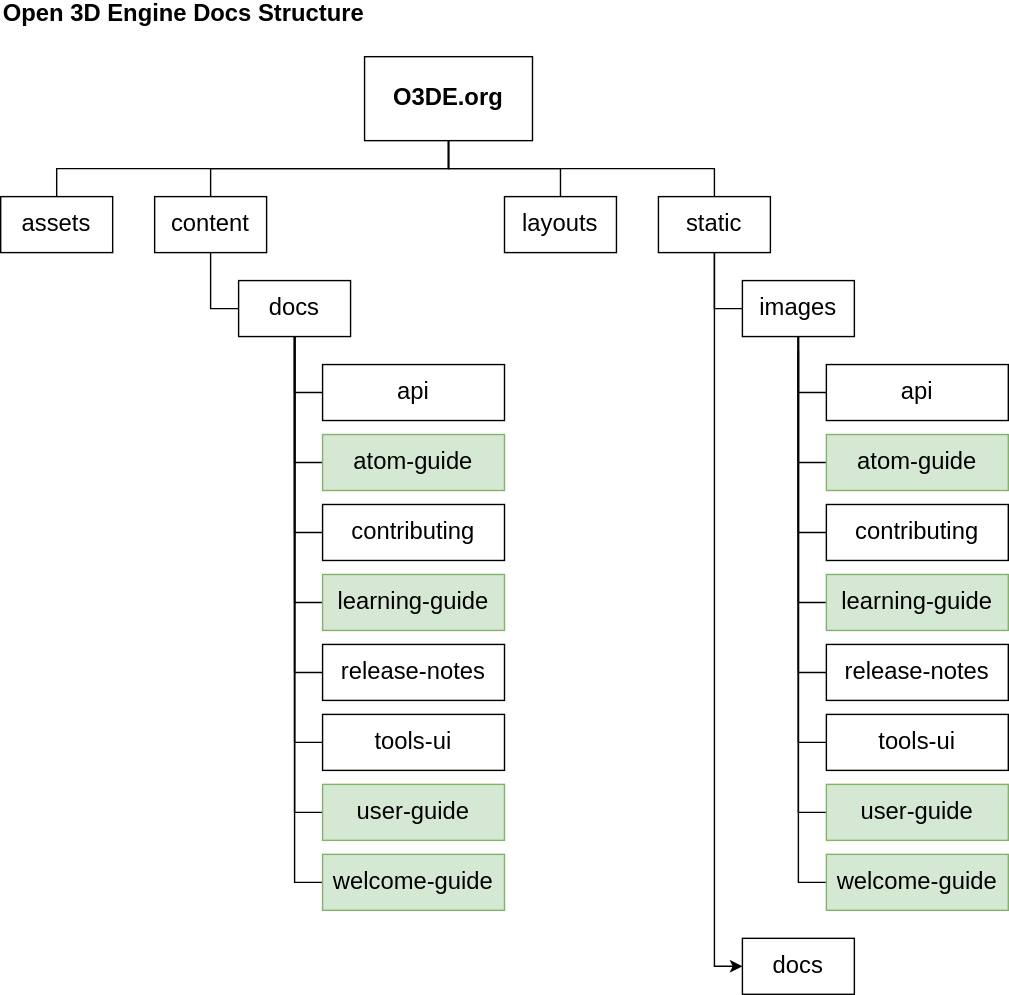
Earlier version of the draw.io export static/images/contributing/to-docs/o3de-directory-structure.svg (o3de/o3de.org). Source tidied: cells renumbered, new cells last; positions are measured from the earlier drawing's top-left corner, leaving out a move shared by most shapes.
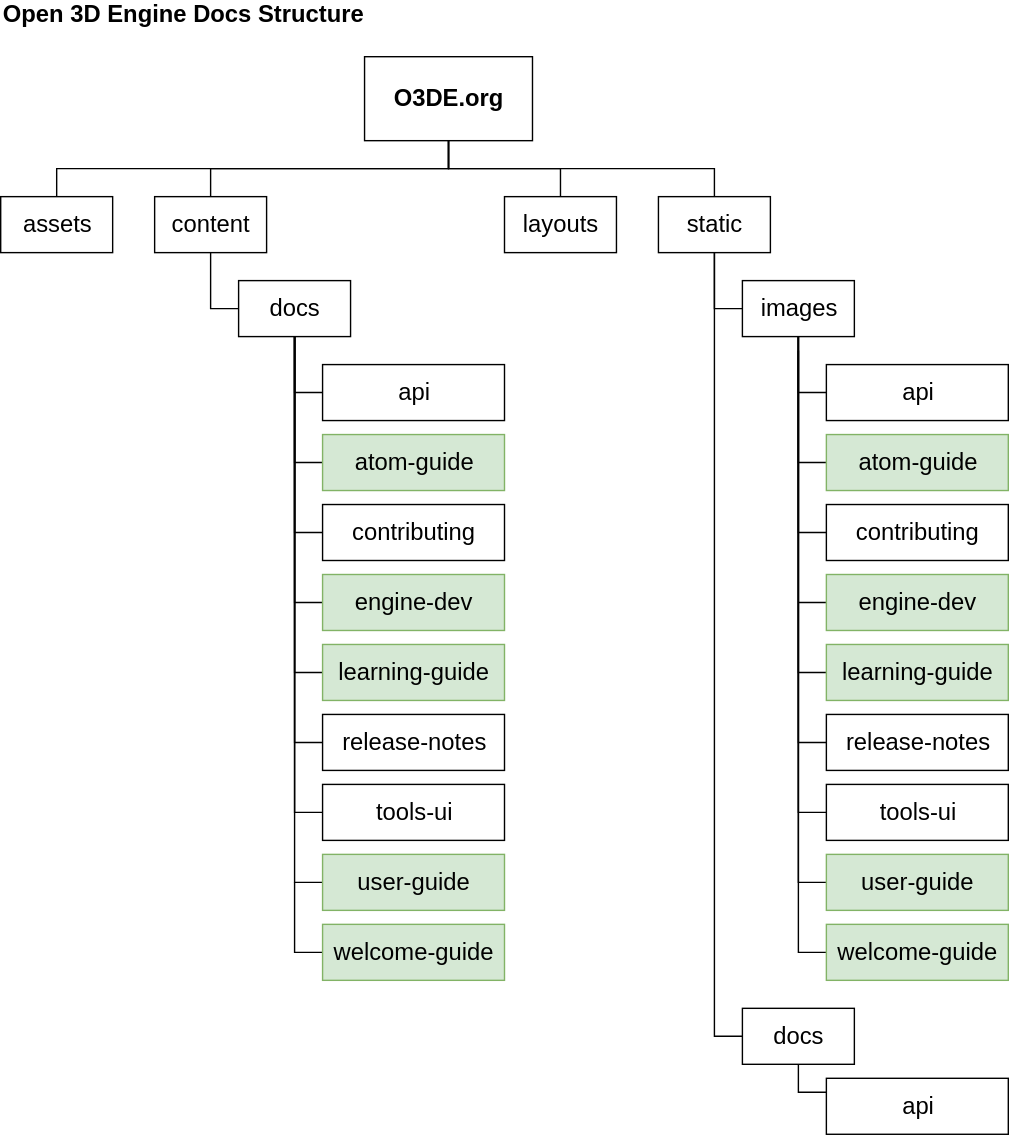
Later version of the same file.

Commit message:
Add Engine Developer Guide info to O3DE Docs Structure topic (#2276)

* Add engine dev guide info to O3DE docs structure description and diagram


* Add engine-dev images directory to diagram


---------

Change to the diagram source:
```diff
@@ -32,7 +32,7 @@
     <mxCell id="11" value="layouts" style="rounded=0;whiteSpace=wrap;html=1;fontFamily=Helvetica;fontSize=17;" parent="1" vertex="1">
       <mxGeometry x="360" y="140" width="80" height="40" as="geometry" />
     </mxCell>
-    <mxCell id="12" style="edgeStyle=orthogonalEdgeStyle;rounded=0;jettySize=auto;html=1;exitX=0.5;exitY=1;exitDx=0;exitDy=0;entryX=0;entryY=0.5;entryDx=0;entryDy=0;" parent="1" edge="1" source="13" target="49">
+    <mxCell id="12" style="edgeStyle=orthogonalEdgeStyle;rounded=0;jettySize=auto;html=1;exitX=0.5;exitY=1;exitDx=0;exitDy=0;entryX=0;entryY=0.5;entryDx=0;entryDy=0;endArrow=none;endFill=0;" parent="1" edge="1" source="13" target="49">
       <mxGeometry relative="1" as="geometry" />
     </mxCell>
     <mxCell id="13" value="static" style="rounded=0;whiteSpace=wrap;html=1;fontFamily=Helvetica;fontSize=17;" parent="1" vertex="1">
@@ -57,33 +57,38 @@
       <mxGeometry x="230" y="360" width="130" height="40" as="geometry" />
     </mxCell>
     <mxCell id="20" value="learning-guide" style="rounded=0;whiteSpace=wrap;html=1;fontFamily=Helvetica;fontSize=17;fillColor=#d5e8d4;strokeColor=#82b366;" parent="1" vertex="1">
-      <mxGeometry x="230" y="410" width="130" height="40" as="geometry" />
+      <mxGeometry x="230" y="460" width="130" height="40" as="geometry" />
     </mxCell>
     <mxCell id="21" style="edgeStyle=orthogonalEdgeStyle;rounded=0;jettySize=auto;html=1;exitX=0;exitY=0.5;exitDx=0;exitDy=0;entryX=0.5;entryY=1;entryDx=0;entryDy=0;fontFamily=Helvetica;fontSize=17;startArrow=none;startFill=0;endArrow=none;endFill=0;strokeColor=#000000;" parent="1" edge="1" source="22" target="16">
       <mxGeometry relative="1" as="geometry" />
     </mxCell>
     <mxCell id="22" value="release-notes" style="rounded=0;whiteSpace=wrap;html=1;fontFamily=Helvetica;fontSize=17;" parent="1" vertex="1">
-      <mxGeometry x="230" y="460" width="130" height="40" as="geometry" />
+      <mxGeometry x="230" y="510" width="130" height="40" as="geometry" />
     </mxCell>
     <mxCell id="23" style="edgeStyle=orthogonalEdgeStyle;rounded=0;jettySize=auto;html=1;exitX=0;exitY=0.5;exitDx=0;exitDy=0;entryX=0.5;entryY=1;entryDx=0;entryDy=0;fontFamily=Helvetica;fontSize=17;startArrow=none;startFill=0;endArrow=none;endFill=0;strokeColor=#000000;" parent="1" edge="1" source="24" target="16">
       <mxGeometry relative="1" as="geometry" />
     </mxCell>
     <mxCell id="24" value="tools-ui" style="rounded=0;whiteSpace=wrap;html=1;fontFamily=Helvetica;fontSize=17;" parent="1" vertex="1">
-      <mxGeometry x="230" y="510" width="130" height="40" as="geometry" />
+      <mxGeometry x="230" y="560" width="130" height="40" as="geometry" />
     </mxCell>
     <mxCell id="25" style="edgeStyle=orthogonalEdgeStyle;rounded=0;jettySize=auto;html=1;exitX=0;exitY=0.5;exitDx=0;exitDy=0;entryX=0.5;entryY=1;entryDx=0;entryDy=0;fontFamily=Helvetica;fontSize=17;startArrow=none;startFill=0;endArrow=none;endFill=0;strokeColor=#000000;" parent="1" edge="1" source="26" target="16">
       <mxGeometry relative="1" as="geometry" />
     </mxCell>
     <mxCell id="26" value="user-guide" style="rounded=0;whiteSpace=wrap;html=1;fontFamily=Helvetica;fontSize=17;fillColor=#d5e8d4;strokeColor=#82b366;" parent="1" vertex="1">
-      <mxGeometry x="230" y="560" width="130" height="40" as="geometry" />
+      <mxGeometry x="230" y="610" width="130" height="40" as="geometry" />
     </mxCell>
-    <mxCell id="27" style="edgeStyle=orthogonalEdgeStyle;rounded=0;jettySize=auto;html=1;fontFamily=Helvetica;fontSize=17;startArrow=none;startFill=0;endArrow=none;endFill=0;strokeColor=#000000;" parent="1" edge="1" source="28">
+    <mxCell id="27" style="edgeStyle=orthogonalEdgeStyle;rounded=0;jettySize=auto;html=1;fontFamily=Helvetica;fontSize=17;startArrow=none;startFill=0;endArrow=none;endFill=0;strokeColor=#000000;" parent="1" edge="1" source="51">
       <mxGeometry relative="1" as="geometry">
         <mxPoint x="210" y="240" as="targetPoint" />
       </mxGeometry>
     </mxCell>
+    <mxCell id="50" style="edgeStyle=orthogonalEdgeStyle;rounded=0;html=1;exitX=0;exitY=0.5;exitDx=0;exitDy=0;jettySize=auto;strokeColor=#000000;endArrow=none;endFill=0;" parent="1" edge="1" source="28">
+      <mxGeometry relative="1" as="geometry">
+        <mxPoint x="210" y="630" as="targetPoint" />
+      </mxGeometry>
+    </mxCell>
     <mxCell id="28" value="welcome-guide" style="rounded=0;whiteSpace=wrap;html=1;fontFamily=Helvetica;fontSize=17;fillColor=#d5e8d4;strokeColor=#82b366;" parent="1" vertex="1">
-      <mxGeometry x="230" y="610" width="130" height="40" as="geometry" />
+      <mxGeometry x="230" y="660" width="130" height="40" as="geometry" />
     </mxCell>
     <mxCell id="29" style="edgeStyle=orthogonalEdgeStyle;rounded=0;jettySize=auto;html=1;exitX=0;exitY=0.5;exitDx=0;exitDy=0;entryX=0.5;entryY=1;entryDx=0;entryDy=0;fontFamily=Helvetica;fontSize=17;startArrow=none;startFill=0;endArrow=none;endFill=0;strokeColor=#000000;" parent="1" edge="1" source="30" target="16">
       <mxGeometry relative="1" as="geometry" />
@@ -117,7 +122,7 @@
       </mxGeometry>
     </mxCell>
     <mxCell id="38" value="learning-guide" style="rounded=0;whiteSpace=wrap;html=1;fontFamily=Helvetica;fontSize=17;fillColor=#d5e8d4;strokeColor=#82b366;" parent="1" vertex="1">
-      <mxGeometry x="590" y="410" width="130" height="40" as="geometry" />
+      <mxGeometry x="590" y="460" width="130" height="40" as="geometry" />
     </mxCell>
     <mxCell id="39" style="edgeStyle=orthogonalEdgeStyle;rounded=0;jettySize=auto;html=1;exitX=0;exitY=0.5;exitDx=0;exitDy=0;fontFamily=Helvetica;fontSize=17;startArrow=none;startFill=0;endArrow=none;endFill=0;strokeColor=#000000;" parent="1" edge="1" source="40">
       <mxGeometry relative="1" as="geometry">
@@ -125,7 +130,7 @@
       </mxGeometry>
     </mxCell>
     <mxCell id="40" value="release-notes" style="rounded=0;whiteSpace=wrap;html=1;fontFamily=Helvetica;fontSize=17;" parent="1" vertex="1">
-      <mxGeometry x="590" y="460" width="130" height="40" as="geometry" />
+      <mxGeometry x="590" y="510" width="130" height="40" as="geometry" />
     </mxCell>
     <mxCell id="41" style="edgeStyle=orthogonalEdgeStyle;rounded=0;jettySize=auto;html=1;exitX=0;exitY=0.5;exitDx=0;exitDy=0;fontFamily=Helvetica;fontSize=17;startArrow=none;startFill=0;endArrow=none;endFill=0;strokeColor=#000000;" parent="1" edge="1" source="42">
       <mxGeometry relative="1" as="geometry">
@@ -133,19 +138,19 @@
       </mxGeometry>
     </mxCell>
     <mxCell id="42" value="tools-ui" style="rounded=0;whiteSpace=wrap;html=1;fontFamily=Helvetica;fontSize=17;" parent="1" vertex="1">
-      <mxGeometry x="590" y="510" width="130" height="40" as="geometry" />
+      <mxGeometry x="590" y="560" width="130" height="40" as="geometry" />
     </mxCell>
     <mxCell id="43" style="edgeStyle=orthogonalEdgeStyle;rounded=0;jettySize=auto;html=1;exitX=0;exitY=0.5;exitDx=0;exitDy=0;entryX=0.5;entryY=1;entryDx=0;entryDy=0;fontFamily=Helvetica;fontSize=17;startArrow=none;startFill=0;endArrow=none;endFill=0;strokeColor=#000000;" parent="1" edge="1" source="44" target="33">
       <mxGeometry relative="1" as="geometry" />
     </mxCell>
     <mxCell id="44" value="user-guide" style="rounded=0;whiteSpace=wrap;html=1;fontFamily=Helvetica;fontSize=17;fillColor=#d5e8d4;strokeColor=#82b366;" parent="1" vertex="1">
-      <mxGeometry x="590" y="560" width="130" height="40" as="geometry" />
+      <mxGeometry x="590" y="610" width="130" height="40" as="geometry" />
     </mxCell>
     <mxCell id="45" style="edgeStyle=orthogonalEdgeStyle;rounded=0;jettySize=auto;html=1;exitX=0;exitY=0.5;exitDx=0;exitDy=0;entryX=0.5;entryY=1;entryDx=0;entryDy=0;fontFamily=Helvetica;fontSize=17;startArrow=none;startFill=0;endArrow=none;endFill=0;strokeColor=#000000;" parent="1" edge="1" source="46" target="33">
       <mxGeometry relative="1" as="geometry" />
     </mxCell>
     <mxCell id="46" value="welcome-guide" style="rounded=0;whiteSpace=wrap;html=1;fontFamily=Helvetica;fontSize=17;fillColor=#d5e8d4;strokeColor=#82b366;" parent="1" vertex="1">
-      <mxGeometry x="590" y="610" width="130" height="40" as="geometry" />
+      <mxGeometry x="590" y="660" width="130" height="40" as="geometry" />
     </mxCell>
     <mxCell id="47" style="edgeStyle=orthogonalEdgeStyle;rounded=0;jettySize=auto;html=1;exitX=0;exitY=0.5;exitDx=0;exitDy=0;entryX=0.5;entryY=1;entryDx=0;entryDy=0;fontFamily=Helvetica;fontSize=17;startArrow=none;startFill=0;endArrow=none;endFill=0;strokeColor=#000000;" parent="1" edge="1" source="48" target="33">
       <mxGeometry relative="1" as="geometry" />
@@ -154,7 +159,28 @@
       <mxGeometry x="590" y="310" width="130" height="40" as="geometry" />
     </mxCell>
     <mxCell id="49" value="docs" style="rounded=0;whiteSpace=wrap;html=1;fontFamily=Helvetica;fontSize=17;" parent="1" vertex="1">
-      <mxGeometry x="530" y="670" width="80" height="40" as="geometry" />
+      <mxGeometry x="530" y="720" width="80" height="40" as="geometry" />
     </mxCell>
+    <mxCell id="51" value="engine-dev" style="rounded=0;whiteSpace=wrap;html=1;fontFamily=Helvetica;fontSize=17;fillColor=#d5e8d4;strokeColor=#82b366;" parent="1" vertex="1">
+      <mxGeometry x="230" y="410" width="130" height="40" as="geometry" />
+    </mxCell>
+    <mxCell id="52" style="edgeStyle=orthogonalEdgeStyle;rounded=0;html=1;endArrow=none;endFill=0;jettySize=auto;strokeColor=#000000;entryX=0.5;entryY=1;entryDx=0;entryDy=0;" parent="1" edge="1" source="53" target="49">
+      <mxGeometry relative="1" as="geometry">
+        <Array as="points">
+          <mxPoint x="570" y="780" />
+        </Array>
+      </mxGeometry>
+    </mxCell>
+    <mxCell id="53" value="api" style="rounded=0;whiteSpace=wrap;html=1;fontFamily=Helvetica;fontSize=17;" parent="1" vertex="1">
+      <mxGeometry x="590" y="770" width="130" height="40" as="geometry" />
+    </mxCell>
+    <mxCell id="54" style="edgeStyle=orthogonalEdgeStyle;rounded=0;html=1;jettySize=auto;endArrow=none;endFill=0;" parent="1" edge="1" source="55">
+      <mxGeometry relative="1" as="geometry">
+        <mxPoint x="570" y="430" as="targetPoint" />
+      </mxGeometry>
+    </mxCell>
+    <mxCell id="55" value="engine-dev" style="rounded=0;whiteSpace=wrap;html=1;fontFamily=Helvetica;fontSize=17;fillColor=#d5e8d4;strokeColor=#82b366;" parent="1" vertex="1">
+      <mxGeometry x="590" y="410" width="130" height="40" as="geometry" />
+    </mxCell>
   </root>
 </mxGraphModel>
```
